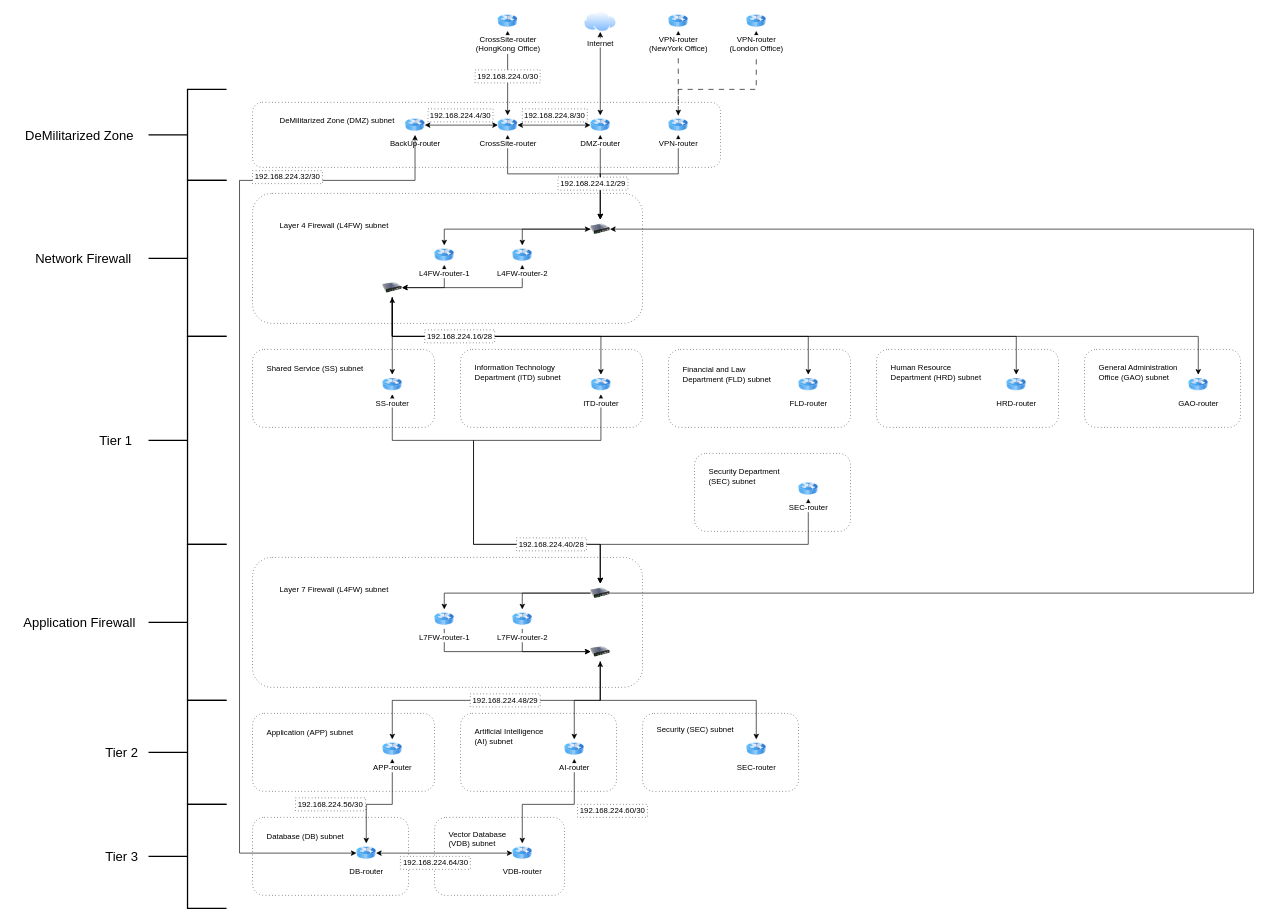
Before: drawio/Network-HongKong-router.drawio in aaassseee/SEHS3321-A02-G01, a draw.io diagram. Source tidied: cells renumbered, new cells numbered last; positions are measured from the earlier drawing's top-left corner, leaving out a move shared by most shapes. Both pictures are drawn from the tidied source at 65%, with x=0, y=0 at pixel (11, 11).
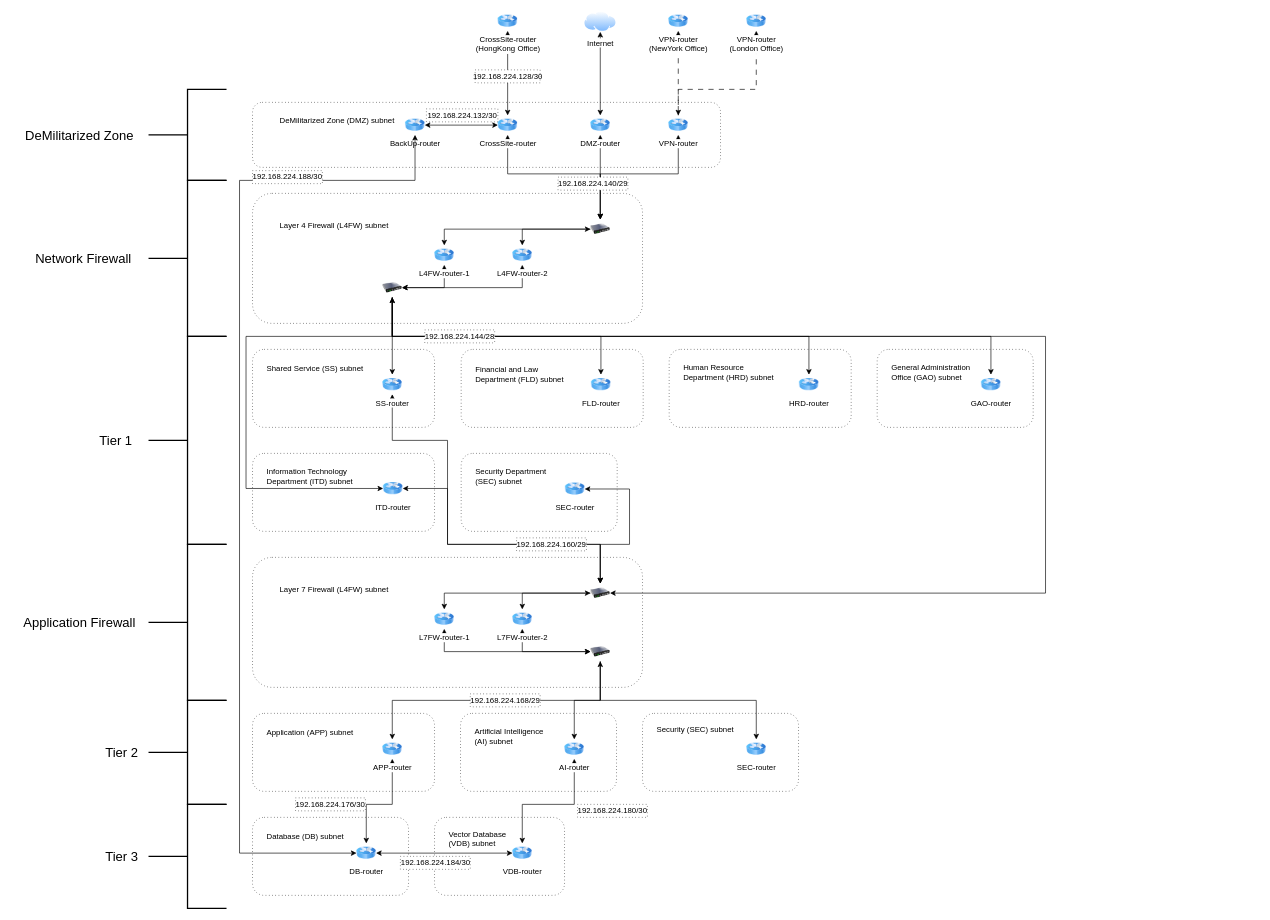
The same page after the edit.

Unchanged cells that the change refers to:
```xml
<mxCell id="7" value="DMZ-router" style="image;html=1;image=img/lib/clip_art/networking/Router_Icon_128x128.png;" parent="1" vertex="1">
  <mxGeometry x="891" y="160" width="30" height="30" as="geometry" />
</mxCell>
<mxCell id="16" value="CrossSite-router" style="image;html=1;image=img/lib/clip_art/networking/Router_Icon_128x128.png;" parent="1" vertex="1">
  <mxGeometry x="748.5" y="160" width="30" height="30" as="geometry" />
</mxCell>
<mxCell id="27" style="image;html=1;image=img/lib/clip_art/networking/Switch_128x128.png;" parent="1" vertex="1">
  <mxGeometry x="891" y="320" width="30" height="30" as="geometry" />
</mxCell>
<mxCell id="34" style="image;html=1;image=img/lib/clip_art/networking/Switch_128x128.png;" parent="1" vertex="1">
  <mxGeometry x="571" y="410" width="30" height="30" as="geometry" />
</mxCell>
<mxCell id="38" value="SS-router" style="image;html=1;image=img/lib/clip_art/networking/Router_Icon_128x128.png;" parent="1" vertex="1">
  <mxGeometry x="571" y="559" width="30" height="30" as="geometry" />
</mxCell>
<mxCell id="68" value="L7FW-router-1" style="image;html=1;image=img/lib/clip_art/networking/Router_Icon_128x128.png;" parent="1" vertex="1">
  <mxGeometry x="651" y="920" width="30" height="30" as="geometry" />
</mxCell>
<mxCell id="70" value="L7FW-router-2" style="image;html=1;image=img/lib/clip_art/networking/Router_Icon_128x128.png;" parent="1" vertex="1">
  <mxGeometry x="771" y="920" width="30" height="30" as="geometry" />
</mxCell>
<mxCell id="74" style="image;html=1;image=img/lib/clip_art/networking/Switch_128x128.png;" parent="1" vertex="1">
  <mxGeometry x="891" y="880" width="30" height="30" as="geometry" />
</mxCell>
<mxCell id="78" style="image;html=1;image=img/lib/clip_art/networking/Switch_128x128.png;" parent="1" vertex="1">
  <mxGeometry x="891" y="970" width="30" height="30" as="geometry" />
</mxCell>
```

What changed in the source:
```diff
@@
-    <mxCell id="5" style="edgeStyle=orthogonalEdgeStyle;rounded=0;jettySize=auto;html=1;entryX=1;entryY=0.5;entryDx=0;entryDy=0;startArrow=classic;startFill=1;" parent="1" edge="1" source="7" target="16">
-      <mxGeometry relative="1" as="geometry" />
-    </mxCell>
@@
     <mxCell id="30" style="edgeStyle=orthogonalEdgeStyle;rounded=0;jettySize=auto;html=1;" parent="1" edge="1" source="34" target="42">
       <mxGeometry relative="1" as="geometry">
         <Array as="points">
           <mxPoint x="586" y="500" />
-          <mxPoint x="907" y="500" />
+          <mxPoint x="361" y="500" />
+          <mxPoint x="361" y="734" />
         </Array>
       </mxGeometry>
     </mxCell>
     <mxCell id="31" style="edgeStyle=orthogonalEdgeStyle;rounded=0;jettySize=auto;html=1;" parent="1" edge="1" source="34" target="57">
       <mxGeometry relative="1" as="geometry">
         <Array as="points">
           <mxPoint x="586" y="500" />
-          <mxPoint x="1226" y="500" />
+          <mxPoint x="907" y="500" />
         </Array>
       </mxGeometry>
     </mxCell>
     <mxCell id="32" style="edgeStyle=orthogonalEdgeStyle;rounded=0;jettySize=auto;html=1;startArrow=classic;startFill=1;" parent="1" edge="1" source="34" target="60">
       <mxGeometry relative="1" as="geometry">
         <Array as="points">
           <mxPoint x="586" y="500" />
-          <mxPoint x="1546" y="500" />
+          <mxPoint x="1227" y="500" />
         </Array>
       </mxGeometry>
     </mxCell>
     <mxCell id="33" style="edgeStyle=orthogonalEdgeStyle;rounded=0;jettySize=auto;html=1;entryX=0.5;entryY=0;entryDx=0;entryDy=0;" parent="1" edge="1" source="34" target="100">
       <mxGeometry relative="1" as="geometry">
         <Array as="points">
           <mxPoint x="586" y="500" />
-          <mxPoint x="1826" y="500" />
+          <mxPoint x="1507" y="500" />
         </Array>
       </mxGeometry>
     </mxCell>
@@
     <mxCell id="37" style="edgeStyle=orthogonalEdgeStyle;rounded=0;jettySize=auto;html=1;entryX=0.5;entryY=0;entryDx=0;entryDy=0;startArrow=classic;startFill=1;" parent="1" edge="1" source="38" target="74">
       <mxGeometry relative="1" as="geometry">
         <Array as="points">
           <mxPoint x="586" y="660" />
-          <mxPoint x="711" y="660" />
-          <mxPoint x="711" y="820" />
+          <mxPoint x="671" y="660" />
+          <mxPoint x="671" y="820" />
           <mxPoint x="906" y="820" />
         </Array>
       </mxGeometry>
     </mxCell>
@@
     <mxCell id="40" style="rounded=1;whiteSpace=wrap;html=1;fillColor=none;dashed=1;dashPattern=1 4;" parent="1" vertex="1">
-      <mxGeometry x="691" y="520" width="280" height="120" as="geometry" />
+      <mxGeometry x="371" y="680" width="280" height="120" as="geometry" />
     </mxCell>
     <mxCell id="41" style="edgeStyle=orthogonalEdgeStyle;rounded=0;jettySize=auto;html=1;entryX=0.5;entryY=0;entryDx=0;entryDy=0;startArrow=classic;startFill=1;" parent="1" edge="1" source="42" target="74">
       <mxGeometry relative="1" as="geometry">
         <Array as="points">
-          <mxPoint x="907" y="660" />
-          <mxPoint x="711" y="660" />
-          <mxPoint x="711" y="820" />
+          <mxPoint x="671" y="734" />
+          <mxPoint x="671" y="820" />
           <mxPoint x="906" y="820" />
         </Array>
       </mxGeometry>
     </mxCell>
     <mxCell id="42" value="ITD-router" style="image;html=1;image=img/lib/clip_art/networking/Router_Icon_128x128.png;" parent="1" vertex="1">
-      <mxGeometry x="892" y="559" width="30" height="30" as="geometry" />
+      <mxGeometry x="572" y="719" width="30" height="30" as="geometry" />
     </mxCell>
     <mxCell id="43" value="&lt;span lang=&quot;EN-GB&quot; style=&quot;line-height: 116%; font-family: Arial, sans-serif;&quot;&gt;Information Technology&lt;/span&gt;&lt;div&gt;&lt;span lang=&quot;EN-GB&quot; style=&quot;line-height: 116%; font-family: Arial, sans-serif;&quot;&gt;Department (ITD) subnet&lt;br&gt;&lt;/span&gt;&lt;/div&gt;" style="text;html=1;whiteSpace=wrap;strokeColor=none;fillColor=none;align=left;verticalAlign=middle;rounded=0;fontSize=12;" parent="1" vertex="1">
-      <mxGeometry x="711" y="540" width="140" height="30" as="geometry" />
+      <mxGeometry x="391" y="700" width="140" height="30" as="geometry" />
     </mxCell>
@@
     <mxCell id="56" style="rounded=1;whiteSpace=wrap;html=1;fillColor=none;dashed=1;dashPattern=1 4;" parent="1" vertex="1">
-      <mxGeometry x="1011" y="520" width="280" height="120" as="geometry" />
+      <mxGeometry x="692" y="520" width="280" height="120" as="geometry" />
     </mxCell>
     <mxCell id="57" value="FLD-router" style="image;html=1;image=img/lib/clip_art/networking/Router_Icon_128x128.png;" parent="1" vertex="1">
-      <mxGeometry x="1211" y="559" width="30" height="30" as="geometry" />
+      <mxGeometry x="892" y="559" width="30" height="30" as="geometry" />
     </mxCell>
     <mxCell id="58" value="&lt;span lang=&quot;EN-GB&quot; style=&quot;line-height: 116%; font-family: Arial, sans-serif;&quot;&gt;Financial and Law&lt;/span&gt;&lt;div&gt;&lt;span lang=&quot;EN-GB&quot; style=&quot;line-height: 116%; font-family: Arial, sans-serif;&quot;&gt;Department&amp;nbsp;&lt;/span&gt;&lt;span style=&quot;font-family: Arial, sans-serif; background-color: transparent; color: light-dark(rgb(0, 0, 0), rgb(255, 255, 255));&quot;&gt;(FLD) subnet&lt;/span&gt;&lt;/div&gt;" style="text;html=1;whiteSpace=wrap;strokeColor=none;fillColor=none;align=left;verticalAlign=middle;rounded=0;fontSize=12;" parent="1" vertex="1">
-      <mxGeometry x="1031" y="542.5" width="165" height="30" as="geometry" />
+      <mxGeometry x="712" y="542.5" width="165" height="30" as="geometry" />
     </mxCell>
     <mxCell id="59" style="rounded=1;whiteSpace=wrap;html=1;fillColor=none;dashed=1;dashPattern=1 4;" parent="1" vertex="1">
-      <mxGeometry x="1331" y="520" width="280" height="120" as="geometry" />
+      <mxGeometry x="1012" y="520" width="280" height="120" as="geometry" />
     </mxCell>
     <mxCell id="60" value="HRD-router" style="image;html=1;image=img/lib/clip_art/networking/Router_Icon_128x128.png;" parent="1" vertex="1">
-      <mxGeometry x="1531" y="559" width="30" height="30" as="geometry" />
+      <mxGeometry x="1212" y="559" width="30" height="30" as="geometry" />
     </mxCell>
     <mxCell id="61" value="&lt;span lang=&quot;EN-GB&quot; style=&quot;line-height: 116%; font-family: Arial, sans-serif;&quot;&gt;Human Resource&lt;/span&gt;&lt;div&gt;&lt;span lang=&quot;EN-GB&quot; style=&quot;line-height: 116%; font-family: Arial, sans-serif;&quot;&gt;Department&amp;nbsp;&lt;/span&gt;&lt;span style=&quot;font-family: Arial, sans-serif; background-color: transparent; color: light-dark(rgb(0, 0, 0), rgb(255, 255, 255));&quot;&gt;(HRD) subnet&lt;/span&gt;&lt;/div&gt;" style="text;html=1;whiteSpace=wrap;strokeColor=none;fillColor=none;align=left;verticalAlign=middle;rounded=0;fontSize=12;" parent="1" vertex="1">
-      <mxGeometry x="1351" y="540" width="165" height="30" as="geometry" />
+      <mxGeometry x="1032" y="540" width="165" height="30" as="geometry" />
     </mxCell>
     <mxCell id="62" style="rounded=1;whiteSpace=wrap;html=1;fillColor=none;dashed=1;dashPattern=1 4;" parent="1" vertex="1">
-      <mxGeometry x="1051" y="680" width="240" height="120" as="geometry" />
+      <mxGeometry x="692" y="680" width="240" height="120" as="geometry" />
     </mxCell>
     <mxCell id="63" style="edgeStyle=orthogonalEdgeStyle;rounded=0;jettySize=auto;html=1;startArrow=classic;startFill=1;" parent="1" edge="1" source="64" target="74">
       <mxGeometry relative="1" as="geometry">
         <Array as="points">
-          <mxPoint x="1226" y="820" />
+          <mxPoint x="951" y="735" />
+          <mxPoint x="951" y="820" />
           <mxPoint x="906" y="820" />
         </Array>
       </mxGeometry>
     </mxCell>
     <mxCell id="64" value="SEC-router" style="image;html=1;image=img/lib/clip_art/networking/Router_Icon_128x128.png;" parent="1" vertex="1">
-      <mxGeometry x="1211" y="719.8" width="30" height="30" as="geometry" />
+      <mxGeometry x="852" y="719.8" width="30" height="30" as="geometry" />
     </mxCell>
     <mxCell id="65" value="&lt;span lang=&quot;EN-GB&quot; style=&quot;line-height: 116%; font-family: Arial, sans-serif;&quot;&gt;Security Department&lt;/span&gt;&lt;div&gt;&lt;span lang=&quot;EN-GB&quot; style=&quot;line-height: 116%; font-family: Arial, sans-serif;&quot;&gt;(SEC) subnet&lt;br&gt;&lt;/span&gt;&lt;/div&gt;" style="text;html=1;whiteSpace=wrap;strokeColor=none;fillColor=none;align=left;verticalAlign=middle;rounded=0;fontSize=12;" parent="1" vertex="1">
-      <mxGeometry x="1071" y="700" width="120" height="30" as="geometry" />
+      <mxGeometry x="712" y="700" width="120" height="30" as="geometry" />
     </mxCell>
@@
-    <mxCell id="67" style="edgeStyle=orthogonalEdgeStyle;rounded=0;jettySize=auto;html=1;entryX=0;entryY=0.5;entryDx=0;entryDy=0;" parent="1" edge="1" source="68" target="78">
+    <mxCell id="67" style="edgeStyle=orthogonalEdgeStyle;rounded=0;jettySize=auto;html=1;entryX=0;entryY=0.5;entryDx=0;entryDy=0;startArrow=classic;startFill=1;" parent="1" edge="1" source="68" target="78">
       <mxGeometry relative="1" as="geometry">
         <Array as="points">
           <mxPoint x="666" y="985" />
         </Array>
       </mxGeometry>
     </mxCell>
@@
-    <mxCell id="69" style="edgeStyle=orthogonalEdgeStyle;rounded=0;jettySize=auto;html=1;entryX=0;entryY=0.5;entryDx=0;entryDy=0;" parent="1" edge="1" source="70" target="78">
+    <mxCell id="69" style="edgeStyle=orthogonalEdgeStyle;rounded=0;jettySize=auto;html=1;entryX=0;entryY=0.5;entryDx=0;entryDy=0;startArrow=classic;startFill=1;" parent="1" edge="1" source="70" target="78">
       <mxGeometry relative="1" as="geometry">
         <Array as="points">
           <mxPoint x="786" y="985" />
         </Array>
       </mxGeometry>
     </mxCell>
@@
-    <mxCell id="72" style="edgeStyle=orthogonalEdgeStyle;rounded=0;jettySize=auto;html=1;" parent="1" edge="1" source="74" target="70">
+    <mxCell id="72" style="edgeStyle=orthogonalEdgeStyle;rounded=0;jettySize=auto;html=1;startArrow=classic;startFill=1;" parent="1" edge="1" source="74" target="70">
       <mxGeometry relative="1" as="geometry" />
     </mxCell>
-    <mxCell id="73" style="edgeStyle=orthogonalEdgeStyle;rounded=0;jettySize=auto;html=1;entryX=1;entryY=0.5;entryDx=0;entryDy=0;" parent="1" edge="1" source="74" target="27">
+    <mxCell id="73" style="edgeStyle=orthogonalEdgeStyle;rounded=0;jettySize=auto;html=1;entryX=0.5;entryY=1;entryDx=0;entryDy=0;startArrow=classic;startFill=1;" parent="1" edge="1" source="74" target="34">
       <mxGeometry relative="1" as="geometry">
         <Array as="points">
-          <mxPoint x="1911" y="895" />
-          <mxPoint x="1911" y="335" />
+          <mxPoint x="1591" y="895" />
+          <mxPoint x="1591" y="500" />
+          <mxPoint x="586" y="500" />
         </Array>
       </mxGeometry>
     </mxCell>
@@
     <mxCell id="99" style="rounded=1;whiteSpace=wrap;html=1;fillColor=none;dashed=1;dashPattern=1 4;" parent="1" vertex="1">
-      <mxGeometry x="1651" y="520" width="240" height="120" as="geometry" />
+      <mxGeometry x="1332" y="520" width="240" height="120" as="geometry" />
     </mxCell>
     <mxCell id="100" value="GAO-router" style="image;html=1;image=img/lib/clip_art/networking/Router_Icon_128x128.png;" parent="1" vertex="1">
-      <mxGeometry x="1811" y="559" width="30" height="30" as="geometry" />
+      <mxGeometry x="1492" y="559" width="30" height="30" as="geometry" />
     </mxCell>
     <mxCell id="101" value="&lt;span lang=&quot;EN-GB&quot; style=&quot;line-height: 116%; font-family: Arial, sans-serif;&quot;&gt;General Administration Office (GAO) subnet&lt;/span&gt;" style="text;html=1;whiteSpace=wrap;strokeColor=none;fillColor=none;align=left;verticalAlign=middle;rounded=0;fontSize=12;" parent="1" vertex="1">
-      <mxGeometry x="1671" y="540" width="140" height="30" as="geometry" />
+      <mxGeometry x="1352" y="540" width="140" height="30" as="geometry" />
     </mxCell>
-    <mxCell id="102" value="&lt;span style=&quot;line-height: 116%; font-family: Arial, sans-serif;&quot; lang=&quot;EN-GB&quot;&gt;&lt;font&gt;192.168.224.0/30&lt;/font&gt;&lt;/span&gt;" style="text;html=1;whiteSpace=wrap;strokeColor=default;fillColor=default;align=center;verticalAlign=middle;rounded=0;dashed=1;dashPattern=1 4;" parent="1" vertex="1">
+    <mxCell id="102" value="&lt;span style=&quot;line-height: 116%; font-family: Arial, sans-serif;&quot; lang=&quot;EN-GB&quot;&gt;&lt;font&gt;192.168.224.128/30&lt;/font&gt;&lt;/span&gt;" style="text;html=1;whiteSpace=wrap;strokeColor=default;fillColor=default;align=center;verticalAlign=middle;rounded=0;dashed=1;dashPattern=1 4;" parent="1" vertex="1">
       <mxGeometry x="713.5" y="90" width="100" height="20" as="geometry" />
     </mxCell>
-    <mxCell id="103" value="&lt;span style=&quot;line-height: 116%; font-family: Arial, sans-serif;&quot; lang=&quot;EN-GB&quot;&gt;&lt;font&gt;192.168.224.8/30&lt;/font&gt;&lt;/span&gt;" style="text;html=1;whiteSpace=wrap;strokeColor=default;fillColor=default;align=center;verticalAlign=middle;rounded=0;dashed=1;dashPattern=1 4;" parent="1" vertex="1">
-      <mxGeometry x="786" y="150" width="100" height="20" as="geometry" />
-    </mxCell>
-    <mxCell id="104" value="&lt;span style=&quot;line-height: 116%; font-family: Arial, sans-serif;&quot; lang=&quot;EN-GB&quot;&gt;&lt;font&gt;192.168.224.4/30&lt;/font&gt;&lt;/span&gt;" style="text;html=1;whiteSpace=wrap;strokeColor=default;fillColor=default;align=center;verticalAlign=middle;rounded=0;dashed=1;dashPattern=1 4;" parent="1" vertex="1">
-      <mxGeometry x="641" y="150" width="100" height="20" as="geometry" />
+    <mxCell id="104" value="&lt;span style=&quot;line-height: 116%; font-family: Arial, sans-serif;&quot; lang=&quot;EN-GB&quot;&gt;&lt;font&gt;192.168.224.132&lt;/font&gt;&lt;/span&gt;&lt;span style=&quot;font-family: Arial, sans-serif; background-color: transparent; color: light-dark(rgb(0, 0, 0), rgb(255, 255, 255));&quot;&gt;/30&lt;/span&gt;" style="text;html=1;whiteSpace=wrap;strokeColor=default;fillColor=default;align=center;verticalAlign=middle;rounded=0;dashed=1;dashPattern=1 4;" parent="1" vertex="1">
+      <mxGeometry x="638.5" y="150" width="110" height="20" as="geometry" />
     </mxCell>
-    <mxCell id="105" value="&lt;span style=&quot;line-height: 116%; font-family: Arial, sans-serif;&quot; lang=&quot;EN-GB&quot;&gt;&lt;font&gt;192.168.224.12/29&lt;/font&gt;&lt;/span&gt;" style="text;html=1;whiteSpace=wrap;strokeColor=default;fillColor=default;align=center;verticalAlign=middle;rounded=0;dashed=1;dashPattern=1 4;" parent="1" vertex="1">
+    <mxCell id="105" value="&lt;span style=&quot;line-height: 116%; font-family: Arial, sans-serif;&quot; lang=&quot;EN-GB&quot;&gt;&lt;font&gt;192.168.224.140/29&lt;/font&gt;&lt;/span&gt;" style="text;html=1;whiteSpace=wrap;strokeColor=default;fillColor=default;align=center;verticalAlign=middle;rounded=0;dashed=1;dashPattern=1 4;" parent="1" vertex="1">
       <mxGeometry x="841" y="255" width="107.5" height="20" as="geometry" />
     </mxCell>
-    <mxCell id="106" value="&lt;span style=&quot;line-height: 116%; font-family: Arial, sans-serif;&quot; lang=&quot;EN-GB&quot;&gt;&lt;font&gt;192.168.224.16/28&lt;/font&gt;&lt;/span&gt;" style="text;html=1;whiteSpace=wrap;strokeColor=default;fillColor=default;align=center;verticalAlign=middle;rounded=0;dashed=1;dashPattern=1 4;" parent="1" vertex="1">
+    <mxCell id="106" value="&lt;span style=&quot;line-height: 116%; font-family: Arial, sans-serif;&quot; lang=&quot;EN-GB&quot;&gt;&lt;font&gt;192.168.224.144/28&lt;/font&gt;&lt;/span&gt;" style="text;html=1;whiteSpace=wrap;strokeColor=default;fillColor=default;align=center;verticalAlign=middle;rounded=0;dashed=1;dashPattern=1 4;" parent="1" vertex="1">
       <mxGeometry x="636" y="490" width="107.5" height="20" as="geometry" />
     </mxCell>
-    <mxCell id="107" value="&lt;span style=&quot;line-height: 116%; font-family: Arial, sans-serif;&quot; lang=&quot;EN-GB&quot;&gt;&lt;font&gt;192.168.224.32/30&lt;/font&gt;&lt;/span&gt;" style="text;html=1;whiteSpace=wrap;strokeColor=default;fillColor=default;align=center;verticalAlign=middle;rounded=0;dashed=1;dashPattern=1 4;" parent="1" vertex="1">
+    <mxCell id="107" value="&lt;span style=&quot;line-height: 116%; font-family: Arial, sans-serif;&quot; lang=&quot;EN-GB&quot;&gt;&lt;font&gt;192.168.224.188/30&lt;/font&gt;&lt;/span&gt;" style="text;html=1;whiteSpace=wrap;strokeColor=default;fillColor=default;align=center;verticalAlign=middle;rounded=0;dashed=1;dashPattern=1 4;" parent="1" vertex="1">
       <mxGeometry x="371" y="245" width="107.5" height="20" as="geometry" />
     </mxCell>
-    <mxCell id="108" value="&lt;span style=&quot;line-height: 116%; font-family: Arial, sans-serif;&quot; lang=&quot;EN-GB&quot;&gt;&lt;font&gt;192.168.224.40/28&lt;/font&gt;&lt;/span&gt;" style="text;html=1;whiteSpace=wrap;strokeColor=default;fillColor=default;align=center;verticalAlign=middle;rounded=0;dashed=1;dashPattern=1 4;" parent="1" vertex="1">
+    <mxCell id="108" value="&lt;span style=&quot;line-height: 116%; font-family: Arial, sans-serif;&quot; lang=&quot;EN-GB&quot;&gt;&lt;font&gt;192.168.224.160/29&lt;/font&gt;&lt;/span&gt;" style="text;html=1;whiteSpace=wrap;strokeColor=default;fillColor=default;align=center;verticalAlign=middle;rounded=0;dashed=1;dashPattern=1 4;" parent="1" vertex="1">
       <mxGeometry x="777.2" y="810" width="107.5" height="20" as="geometry" />
     </mxCell>
-    <mxCell id="109" value="&lt;span style=&quot;line-height: 116%; font-family: Arial, sans-serif;&quot; lang=&quot;EN-GB&quot;&gt;&lt;font&gt;192.168.224.48/29&lt;/font&gt;&lt;/span&gt;" style="text;html=1;whiteSpace=wrap;strokeColor=default;fillColor=default;align=center;verticalAlign=middle;rounded=0;dashed=1;dashPattern=1 4;" parent="1" vertex="1">
+    <mxCell id="109" value="&lt;span style=&quot;line-height: 116%; font-family: Arial, sans-serif;&quot; lang=&quot;EN-GB&quot;&gt;&lt;font&gt;192.168.224.168/29&lt;/font&gt;&lt;/span&gt;" style="text;html=1;whiteSpace=wrap;strokeColor=default;fillColor=default;align=center;verticalAlign=middle;rounded=0;dashed=1;dashPattern=1 4;" parent="1" vertex="1">
       <mxGeometry x="706" y="1050" width="107.5" height="20" as="geometry" />
     </mxCell>
-    <mxCell id="110" value="&lt;span style=&quot;line-height: 116%; font-family: Arial, sans-serif;&quot; lang=&quot;EN-GB&quot;&gt;&lt;font&gt;192.168.224.60/30&lt;/font&gt;&lt;/span&gt;" style="text;html=1;whiteSpace=wrap;strokeColor=default;fillColor=default;align=center;verticalAlign=middle;rounded=0;dashed=1;dashPattern=1 4;" parent="1" vertex="1">
+    <mxCell id="110" value="&lt;span style=&quot;line-height: 116%; font-family: Arial, sans-serif;&quot; lang=&quot;EN-GB&quot;&gt;&lt;font&gt;192.168.224.180/30&lt;/font&gt;&lt;/span&gt;" style="text;html=1;whiteSpace=wrap;strokeColor=default;fillColor=default;align=center;verticalAlign=middle;rounded=0;dashed=1;dashPattern=1 4;" parent="1" vertex="1">
       <mxGeometry x="871" y="1220" width="107.5" height="20" as="geometry" />
     </mxCell>
-    <mxCell id="111" value="&lt;span style=&quot;line-height: 116%; font-family: Arial, sans-serif;&quot; lang=&quot;EN-GB&quot;&gt;&lt;font&gt;192.168.224.56/30&lt;/font&gt;&lt;/span&gt;" style="text;html=1;whiteSpace=wrap;strokeColor=default;fillColor=default;align=center;verticalAlign=middle;rounded=0;dashed=1;dashPattern=1 4;" parent="1" vertex="1">
+    <mxCell id="111" value="&lt;span style=&quot;line-height: 116%; font-family: Arial, sans-serif;&quot; lang=&quot;EN-GB&quot;&gt;&lt;font&gt;192.168.224.176/30&lt;/font&gt;&lt;/span&gt;" style="text;html=1;whiteSpace=wrap;strokeColor=default;fillColor=default;align=center;verticalAlign=middle;rounded=0;dashed=1;dashPattern=1 4;" parent="1" vertex="1">
       <mxGeometry x="437.2" y="1210" width="107.5" height="20" as="geometry" />
     </mxCell>
-    <mxCell id="112" value="&lt;span style=&quot;line-height: 116%; font-family: Arial, sans-serif;&quot; lang=&quot;EN-GB&quot;&gt;&lt;font&gt;192.168.224.64/30&lt;/font&gt;&lt;/span&gt;" style="text;html=1;whiteSpace=wrap;strokeColor=default;fillColor=default;align=center;verticalAlign=middle;rounded=0;dashed=1;dashPattern=1 4;" parent="1" vertex="1">
+    <mxCell id="112" value="&lt;span style=&quot;line-height: 116%; font-family: Arial, sans-serif;&quot; lang=&quot;EN-GB&quot;&gt;&lt;font&gt;192.168.224.184/30&lt;/font&gt;&lt;/span&gt;" style="text;html=1;whiteSpace=wrap;strokeColor=default;fillColor=default;align=center;verticalAlign=middle;rounded=0;dashed=1;dashPattern=1 4;" parent="1" vertex="1">
       <mxGeometry x="598.5" y="1300" width="107.5" height="20" as="geometry" />
     </mxCell>
```
